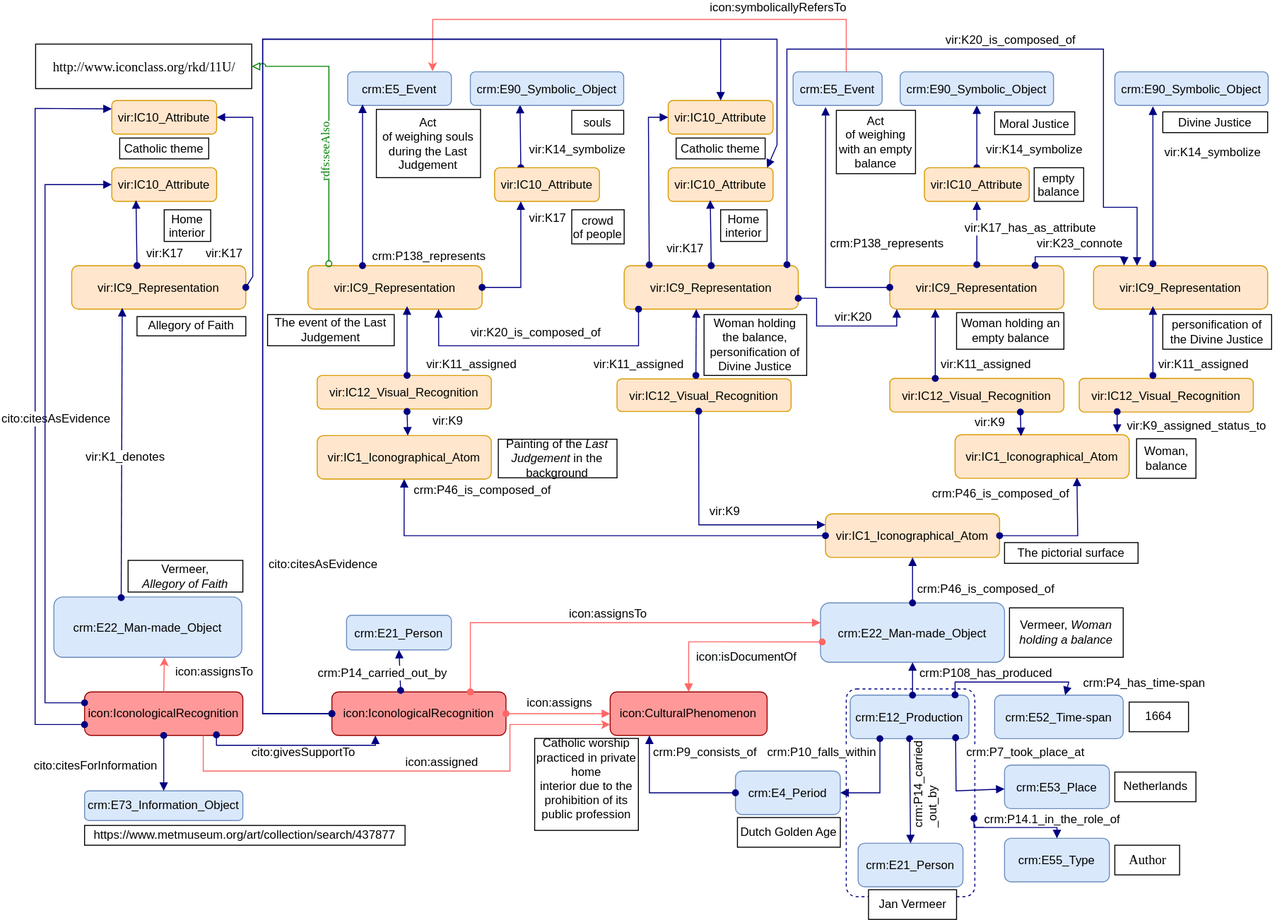
SofiBar/Icon keeps this draw.io diagram as images/article_schemes_new/Vermeer-1.svg. Above is the earlier version. Source tidied: cells renumbered, new cells last; positions are measured from the earlier drawing's top-left corner, leaving out a move shared by most shapes.
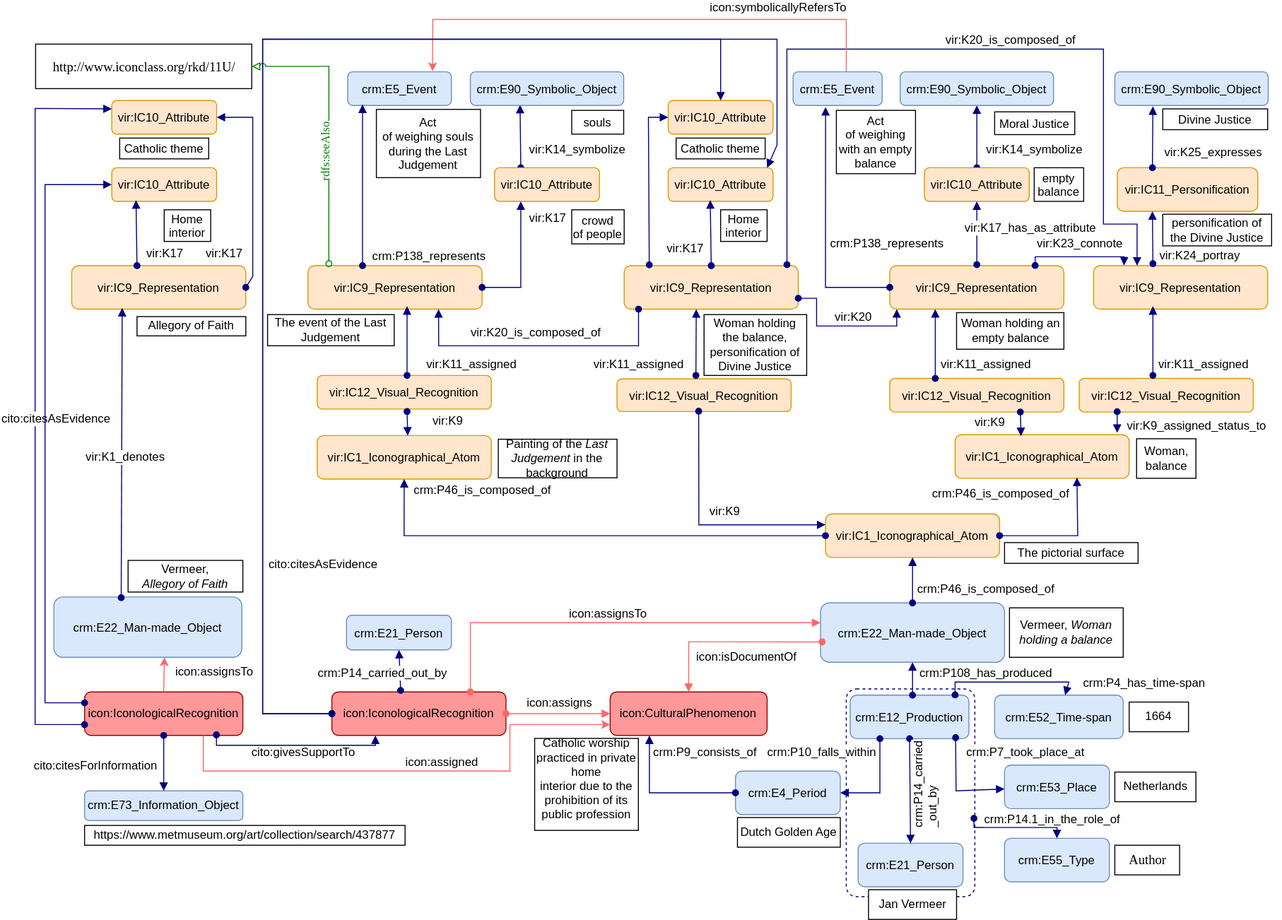
Above is the later version.

Change to the diagram source:
```diff
@@ -47,9 +47,6 @@
     <mxCell id="16" value="vir:IC9_Representation" style="graphMlID=n4;shape=rect;rounded=1;arcsize=30;fillColor=#ffe6cc;strokeColor=#d79b00;strokeWidth=1.0;fontFamily=Helvetica;fontSize=12;" parent="1" vertex="1">
       <mxGeometry x="1070" y="262" width="176" height="44" as="geometry" />
     </mxCell>
-    <mxCell id="17" value="&lt;span style=&quot;font-size: 12px;&quot;&gt;personification of the&amp;nbsp;&lt;/span&gt;&lt;span style=&quot;font-size: 12px;&quot;&gt;Divine&amp;nbsp;&lt;/span&gt;&lt;span style=&quot;font-size: 12px;&quot;&gt;Justice&lt;/span&gt;&lt;span style=&quot;font-size: 12px;&quot;&gt;&lt;br style=&quot;font-size: 12px;&quot;&gt;&lt;/span&gt;" style="rounded=0;whiteSpace=wrap;html=1;labelBackgroundColor=none;fillColor=#FFFFFF;fontFamily=Helvetica;fontSize=12;" parent="1" vertex="1">
-      <mxGeometry x="1140" y="311.5" width="110" height="35" as="geometry" />
-    </mxCell>
     <mxCell id="18" style="graphMlID=e0;rounded=0;endArrow=block;strokeColor=#000080;strokeWidth=1.0;startArrow=oval;startFill=1;endFill=1;entryX=0.5;entryY=1;entryDx=0;entryDy=0;exitX=0.5;exitY=0;exitDx=0;exitDy=0;fontFamily=Helvetica;fontSize=12;" parent="1" edge="1" source="20" target="22">
       <mxGeometry relative="1" as="geometry" />
     </mxCell>
@@ -317,17 +314,11 @@
     <mxCell id="86" value="&lt;p style=&quot;margin-top: 0pt; margin-bottom: 0pt; margin-left: 0in; text-align: left; direction: ltr; unicode-bidi: embed; word-break: normal; font-size: 12px;&quot;&gt;&lt;font style=&quot;font-size: 12px&quot;&gt;vir:K11_assigned&lt;/font&gt;&lt;/p&gt;" style="text;html=1;align=center;verticalAlign=middle;labelBackgroundColor=#ffffff;rotation=0;fontFamily=Helvetica;fontSize=12;" parent="1" vertex="1">
       <mxGeometry x="1180.5" y="361.1" as="geometry" />
     </mxCell>
-    <mxCell id="87" style="graphMlID=e0;rounded=0;endArrow=block;strokeColor=#000080;strokeWidth=1.0;startArrow=oval;startFill=1;endFill=1;fontFamily=Helvetica;fontSize=12;" parent="1" edge="1">
-      <mxGeometry relative="1" as="geometry">
-        <mxPoint x="1130" y="260" as="sourcePoint" />
-        <mxPoint x="1130" y="101" as="targetPoint" />
-      </mxGeometry>
-    </mxCell>
-    <mxCell id="88" value="&lt;meta charset=&quot;utf-8&quot; style=&quot;font-size: 12px;&quot;&gt;&lt;span style=&quot;color: rgb(0, 0, 0); font-size: 12px; font-style: normal; font-weight: 400; letter-spacing: normal; text-align: left; text-indent: 0px; text-transform: none; word-spacing: 0px; background-color: rgb(255, 255, 255); display: inline; float: none;&quot;&gt;vir:K14_symbolize&lt;/span&gt;" style="text;whiteSpace=wrap;html=1;fontFamily=Helvetica;fontSize=12;" parent="1" vertex="1">
+    <mxCell id="88" value="&lt;span style=&quot;background-color: rgb(255 , 255 , 255)&quot;&gt;vir:K25_expresses&lt;/span&gt;" style="text;whiteSpace=wrap;html=1;fontFamily=Helvetica;fontSize=12;" parent="1" vertex="1">
       <mxGeometry x="1140" y="134" width="120" height="20" as="geometry" />
     </mxCell>
     <mxCell id="89" value="Divine Justice" style="graphMlID=n4;shape=rect;rounded=0;arcsize=30;strokeWidth=1.0;fontFamily=Helvetica;fontSize=12;" parent="1" vertex="1">
-      <mxGeometry x="1140" y="106.5" width="106" height="21" as="geometry" />
+      <mxGeometry x="1140" y="103.5" width="106" height="21" as="geometry" />
     </mxCell>
     <mxCell id="90" style="graphMlID=e0;rounded=0;endArrow=block;strokeColor=#000080;strokeWidth=1.0;startArrow=oval;startFill=1;endFill=1;exitX=0.835;exitY=-0.004;exitDx=0;exitDy=0;exitPerimeter=0;entryX=0.175;entryY=-0.004;entryDx=0;entryDy=0;entryPerimeter=0;fontFamily=Helvetica;fontSize=12;" parent="1" edge="1" source="14" target="16">
       <mxGeometry relative="1" as="geometry">
@@ -385,8 +376,8 @@
         <Array as="points">
           <mxPoint x="760" y="43" />
           <mxPoint x="1080" y="43" />
-          <mxPoint x="1080" y="203" />
-          <mxPoint x="1114" y="203" />
+          <mxPoint x="1080" y="220" />
+          <mxPoint x="1114" y="220" />
         </Array>
       </mxGeometry>
     </mxCell>
@@ -666,5 +657,24 @@
         </Array>
       </mxGeometry>
     </mxCell>
+    <mxCell id="161" value="vir:IC11_Personification" style="graphMlID=n4;shape=rect;rounded=1;arcsize=30;fillColor=#ffe6cc;strokeColor=#d79b00;strokeWidth=1.0;fontFamily=Helvetica;fontSize=12;" parent="1" vertex="1">
+      <mxGeometry x="1094" y="163" width="142" height="44" as="geometry" />
+    </mxCell>
+    <mxCell id="17" value="&lt;span style=&quot;font-size: 12px;&quot;&gt;personification of the&amp;nbsp;&lt;/span&gt;&lt;span style=&quot;font-size: 12px;&quot;&gt;Divine&amp;nbsp;&lt;/span&gt;&lt;span style=&quot;font-size: 12px;&quot;&gt;Justice&lt;/span&gt;&lt;span style=&quot;font-size: 12px;&quot;&gt;&lt;br style=&quot;font-size: 12px;&quot;&gt;&lt;/span&gt;" style="rounded=0;whiteSpace=wrap;html=1;labelBackgroundColor=none;fillColor=#FFFFFF;fontFamily=Helvetica;fontSize=12;" parent="1" vertex="1">
+      <mxGeometry x="1140" y="210" width="110" height="32" as="geometry" />
+    </mxCell>
+    <mxCell id="162" style="graphMlID=e0;rounded=0;endArrow=block;strokeColor=#000080;strokeWidth=1.0;startArrow=oval;startFill=1;endFill=1;fontFamily=Helvetica;fontSize=12;entryX=0.25;entryY=1;entryDx=0;entryDy=0;" parent="1" edge="1" target="161">
+      <mxGeometry relative="1" as="geometry">
+        <mxPoint x="1130" y="260" as="sourcePoint" />
+      </mxGeometry>
+    </mxCell>
+    <mxCell id="163" value="&lt;span style=&quot;color: rgb(0 , 0 , 0) ; font-size: 12px ; font-style: normal ; font-weight: 400 ; letter-spacing: normal ; text-align: left ; text-indent: 0px ; text-transform: none ; word-spacing: 0px ; background-color: rgb(255 , 255 , 255) ; display: inline ; float: none&quot;&gt;vir:K24_portray&lt;/span&gt;" style="text;whiteSpace=wrap;html=1;fontFamily=Helvetica;fontSize=12;" parent="1" vertex="1">
+      <mxGeometry x="1135" y="237.5" width="120" height="20" as="geometry" />
+    </mxCell>
+    <mxCell id="87" style="graphMlID=e0;rounded=0;endArrow=block;strokeColor=#000080;strokeWidth=1.0;startArrow=oval;startFill=1;endFill=1;fontFamily=Helvetica;fontSize=12;exitX=0.25;exitY=0;exitDx=0;exitDy=0;" parent="1" edge="1" source="161">
+      <mxGeometry relative="1" as="geometry">
+        <mxPoint x="1130" y="101" as="targetPoint" />
+      </mxGeometry>
+    </mxCell>
   </root>
 </mxGraphModel>
```
